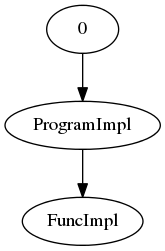
Above: ast/testProgram.png in drewtaylors/cs160 (Graphviz), before the change. Its source is kept beside it as ast/testProgram.dot.
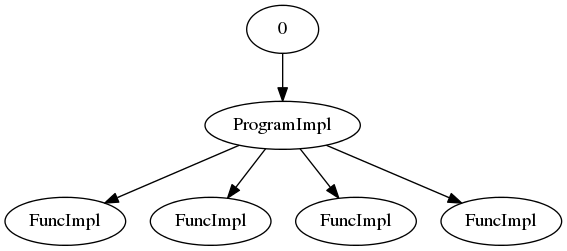
After the change.

Diff of the diagram source:
```diff
@@ -3,4 +3,10 @@
 "1" [label="ProgramImpl"]
 "1" -> "2"
 "2" [label="FuncImpl"]
+"1" -> "3"
+"3" [label="FuncImpl"]
+"1" -> "4"
+"4" [label="FuncImpl"]
+"1" -> "5"
+"5" [label="FuncImpl"]
 };
```
